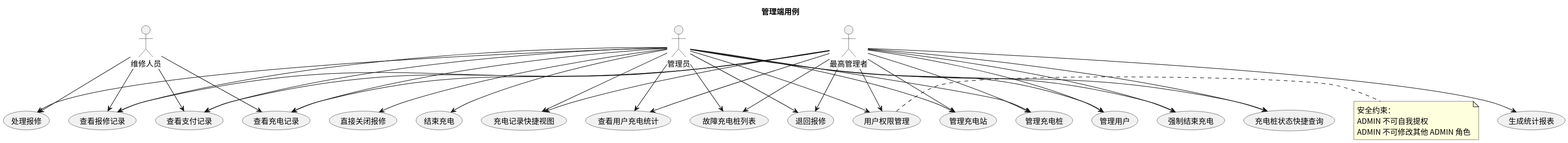
greenhandzdl/charging-station-doc keeps this PlantUML diagram as usecase/docs/overview/img/admin_usecases.svg. Above is the earlier version.
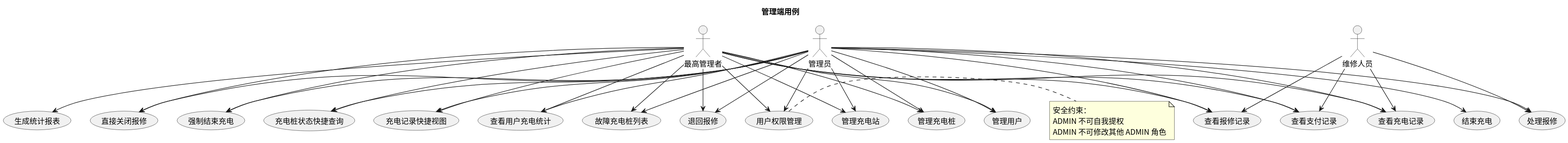
Later version of the same file.

Change to the diagram source:
```diff
@@ -57,6 +57,7 @@
 SA --> VCR
 SA --> UCS
 SA --> RR
+SA --> DCR
 M --> HR
 M --> VR
 M --> VPR
```
